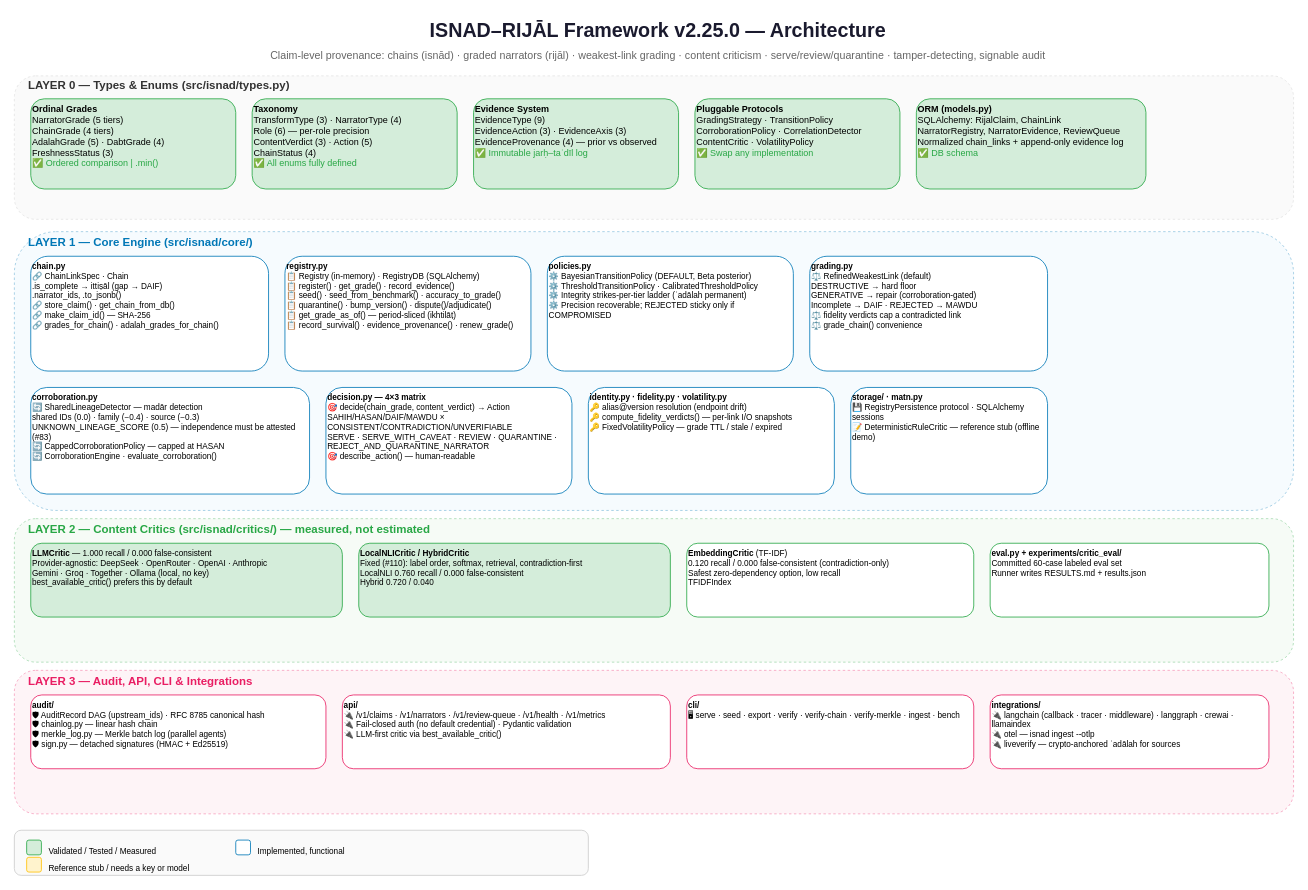
alizahidraja/isnad keeps this draw.io diagram as page "1. System Architecture" (1 of 3) of docs/ARCHITECTURE.drawio. Above is the earlier version. Source tidied: cells renumbered, new cells numbered last; positions are measured from the earlier drawing's top-left corner, leaving out a move shared by most shapes. Both pictures are drawn from the tidied source at 82%, with x=0, y=0 at pixel (14, 14).
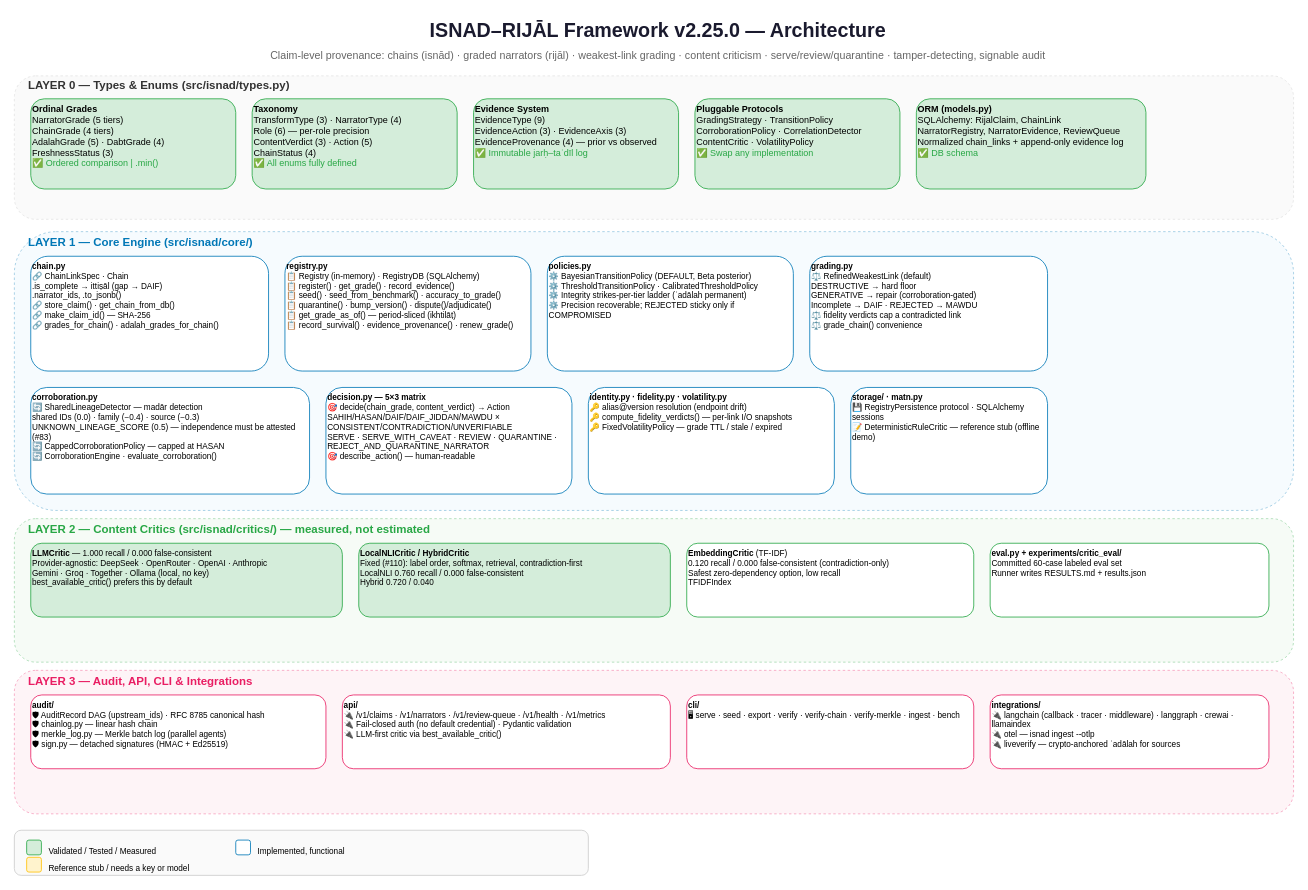
The same page after the edit.

Commit message (it also covers changes not shown here):
fix: 5-grade model prose + ta-arud + 17,021 sweep (round-3 audit blockers)

Diff of the diagram source:
```diff
@@
-    <mxCell id="18" value="&lt;b&gt;decision.py — 4×3 matrix&lt;/b&gt;&lt;br&gt;🎯 decide(chain_grade, content_verdict) → Action&lt;br&gt;   SAHIH/HASAN/DAIF/MAWDU × CONSISTENT/CONTRADICTION/UNVERIFIABLE&lt;br&gt;   SERVE · SERVE_WITH_CAVEAT · REVIEW · QUARANTINE · REJECT_AND_QUARANTINE_NARRATOR&lt;br&gt;🎯 describe_action() — human-readable" style="rounded=1;whiteSpace=wrap;html=1;fillColor=#ffffff;strokeColor=#0077b6;fontSize=10;align=left;verticalAlign=top;" parent="1" vertex="1">
+    <mxCell id="18" value="&lt;b&gt;decision.py — 5×3 matrix&lt;/b&gt;&lt;br&gt;🎯 decide(chain_grade, content_verdict) → Action&lt;br&gt;   SAHIH/HASAN/DAIF/DAIF_JIDDAN/MAWDU × CONSISTENT/CONTRADICTION/UNVERIFIABLE&lt;br&gt;   SERVE · SERVE_WITH_CAVEAT · REVIEW · QUARANTINE · REJECT_AND_QUARANTINE_NARRATOR&lt;br&gt;🎯 describe_action() — human-readable" style="rounded=1;whiteSpace=wrap;html=1;fillColor=#ffffff;strokeColor=#0077b6;fontSize=10;align=left;verticalAlign=top;" parent="1" vertex="1">
       <mxGeometry x="380" y="455" width="300" height="130" as="geometry" />
     </mxCell>
```
